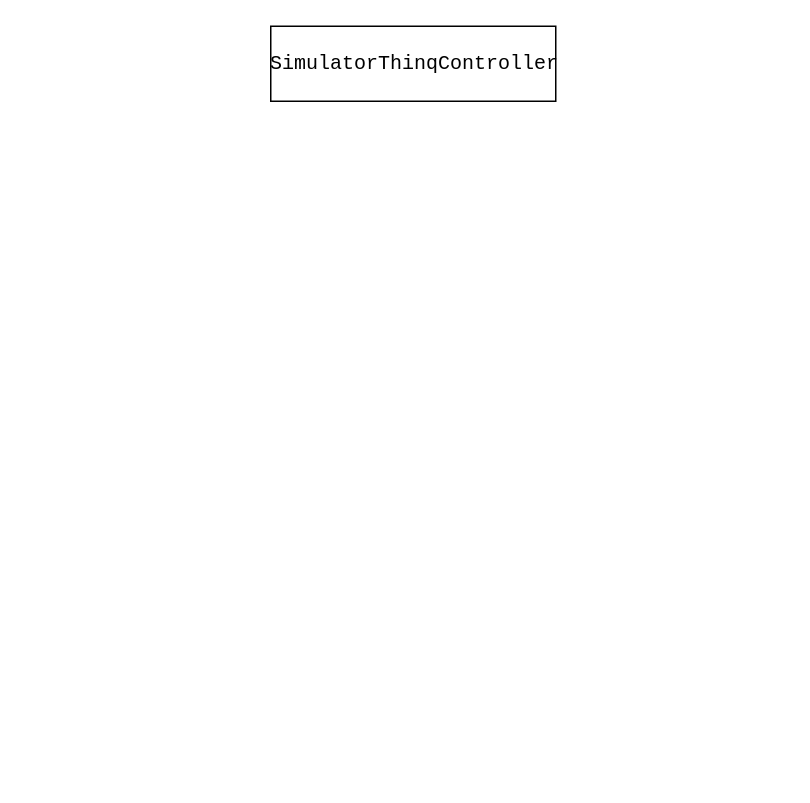
kangilc/codege keeps this draw.io diagram as 제목 없는 다이어그램.drawio. Above is the earlier version. Source tidied: cells renumbered, new cells numbered last; positions are measured from the earlier drawing's top-left corner, leaving out a move shared by most shapes. Both pictures are drawn from the tidied source at 150%, with x=0, y=0 at pixel (270, 26).
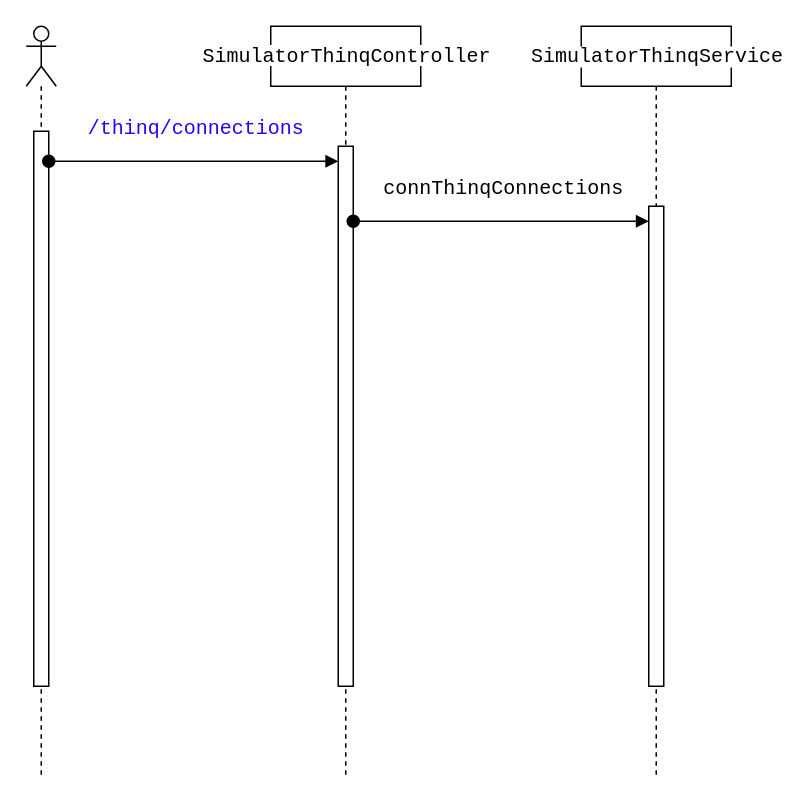
The same diagram, later.

Commit message (it also covers changes not shown here):
제목 없는 다이어그램.drawio 업데이트

Diff of the diagram source:
```diff
@@
 <mxGraphModel>
   <root>
     <mxCell id="0" />
     <mxCell id="1" parent="0" />
-    <mxCell id="2" value="&lt;span style=&quot;padding: 0px 0px 0px 2px;&quot;&gt;&lt;span style=&quot;font-family: Consolas; font-size: 10pt; white-space: pre;&quot;&gt;SimulatorThinqController&lt;/span&gt;&lt;/span&gt;" style="html=1;whiteSpace=wrap;" parent="1" vertex="1">
-      <mxGeometry width="190" height="50" as="geometry" />
+    <mxCell id="2" value="&lt;span style=&quot;background-color:#ffffff;padding:0px 0px 0px 2px;&quot;&gt;&lt;span style=&quot;font-family: Consolas; font-size: 10pt; white-space: pre;&quot;&gt;SimulatorThinqController&lt;/span&gt;&lt;/span&gt;" style="shape=umlLifeline;perimeter=lifelinePerimeter;whiteSpace=wrap;html=1;newEdgeStyle={&quot;curved&quot;:0,&quot;rounded&quot;:0};" parent="1" vertex="1">
+      <mxGeometry width="100" height="500" as="geometry" />
     </mxCell>
+    <mxCell id="3" style="html=1;points=[[0,0,0,0,5],[0,1,0,0,-5],[1,0,0,0,5],[1,1,0,0,-5]];perimeter=orthogonalPerimeter;outlineConnect=0;targetShapes=umlLifeline;portConstraint=eastwest;newEdgeStyle={&quot;curved&quot;:0,&quot;rounded&quot;:0};" parent="2" vertex="1">
+      <mxGeometry x="45" y="80" width="10" height="360" as="geometry" />
+    </mxCell>
+    <mxCell id="4" style="shape=umlLifeline;perimeter=lifelinePerimeter;whiteSpace=wrap;html=1;newEdgeStyle={&quot;curved&quot;:0,&quot;rounded&quot;:0};participant=umlActor;" parent="1" vertex="1">
+      <mxGeometry x="-163" width="20" height="500" as="geometry" />
+    </mxCell>
+    <mxCell id="5" style="html=1;points=[[0,0,0,0,5],[0,1,0,0,-5],[1,0,0,0,5],[1,1,0,0,-5]];perimeter=orthogonalPerimeter;outlineConnect=0;targetShapes=umlLifeline;portConstraint=eastwest;newEdgeStyle={&quot;curved&quot;:0,&quot;rounded&quot;:0};" parent="4" vertex="1">
+      <mxGeometry x="5" y="70" width="10" height="370" as="geometry" />
+    </mxCell>
+    <mxCell id="6" value="&lt;pre&gt;&lt;span style=&quot;padding: 0px 0px 0px 2px;&quot;&gt;&lt;span style=&quot;font-family: Consolas; font-size: 10pt; white-space-collapse: preserve;&quot;&gt;&lt;span style=&quot;color:#2a00ff;&quot;&gt;/thinq/connections&lt;/span&gt;&lt;/span&gt;&lt;/span&gt;&lt;/pre&gt;" style="html=1;verticalAlign=bottom;startArrow=oval;startFill=1;endArrow=block;startSize=8;curved=0;rounded=0;" parent="1" edge="1" source="5" target="3">
+      <mxGeometry relative="1" as="geometry">
+        <Array as="points">
+          <mxPoint x="-53" y="90" />
+        </Array>
+      </mxGeometry>
+    </mxCell>
+    <mxCell id="7" value="&lt;pre&gt;&lt;span style=&quot;background-color:#ffffff;padding:0px 0px 0px 2px;&quot;&gt;&lt;span style=&quot;font-family: Consolas; font-size: 10pt; white-space: pre;&quot;&gt;SimulatorThinqService&lt;/span&gt;&lt;/span&gt;&lt;/pre&gt;" style="shape=umlLifeline;perimeter=lifelinePerimeter;whiteSpace=wrap;html=1;newEdgeStyle={&quot;curved&quot;:0,&quot;rounded&quot;:0};" parent="1" vertex="1">
+      <mxGeometry x="207" width="100" height="500" as="geometry" />
+    </mxCell>
+    <mxCell id="8" style="html=1;perimeter=orthogonalPerimeter;targetShapes=umlLifeline;newEdgeStyle={&quot;curved&quot;:0,&quot;rounded&quot;:0};" parent="7" vertex="1">
+      <mxGeometry x="45" y="120" width="10" height="320" as="geometry" />
+    </mxCell>
+    <mxCell id="9" value="&lt;pre&gt;&lt;span style=&quot;padding: 0px 0px 0px 2px;&quot;&gt;&lt;span style=&quot;font-family: Consolas; font-size: 10pt; white-space-collapse: preserve;&quot;&gt;connThinqConnections&lt;/span&gt;&lt;/span&gt;&lt;/pre&gt;" style="html=1;verticalAlign=bottom;startArrow=oval;startFill=1;endArrow=block;startSize=8;curved=0;rounded=0;" parent="1" edge="1">
+      <mxGeometry relative="1" as="geometry">
+        <mxPoint x="55" y="130" as="sourcePoint" />
+        <mxPoint x="252" y="130" as="targetPoint" />
+      </mxGeometry>
+    </mxCell>
   </root>
 </mxGraphModel>
```
